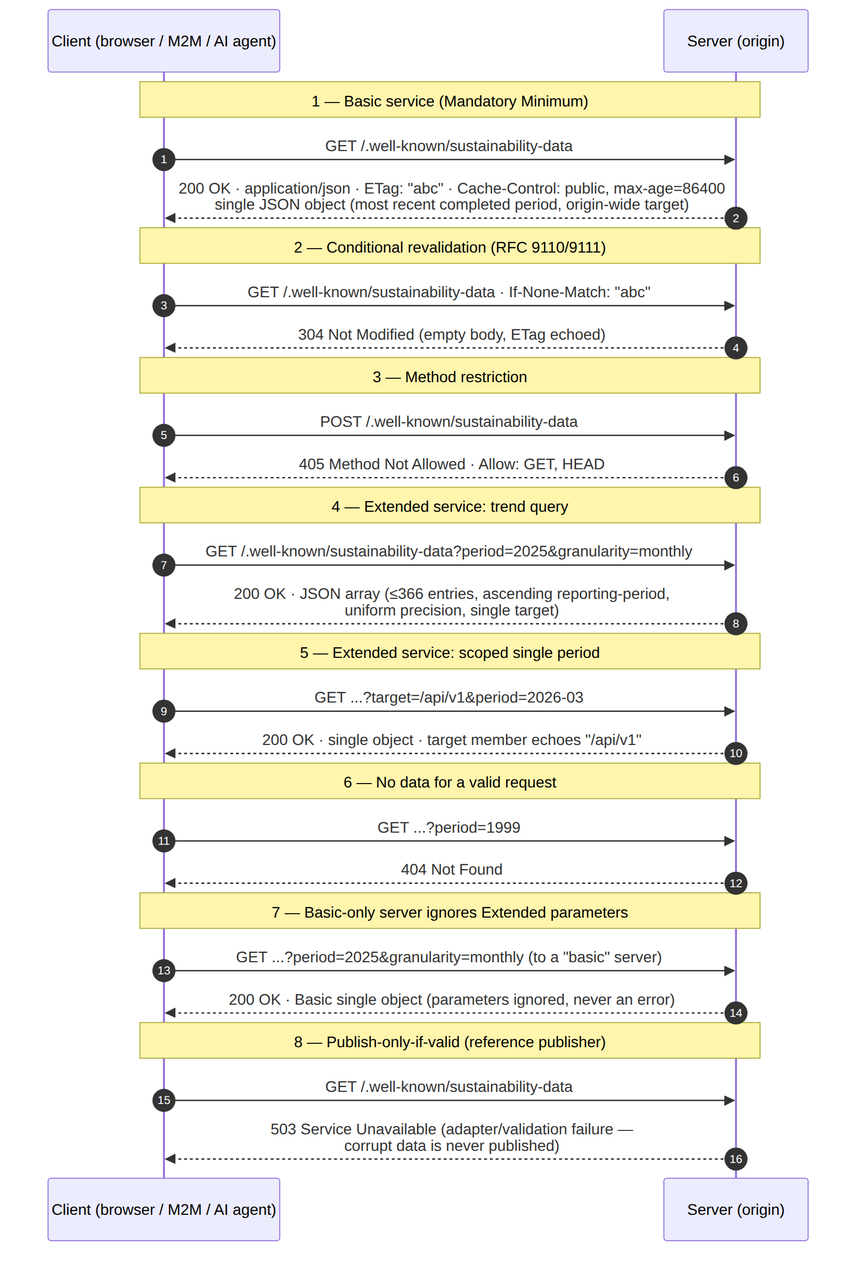
andreibesleaga/rfc-sustainability-wellknown keeps this Mermaid diagram as architecture/images/protocol-sequence.png. Above is the earlier version. Its source is kept beside it as architecture/diagrams/protocol-sequence.mmd.
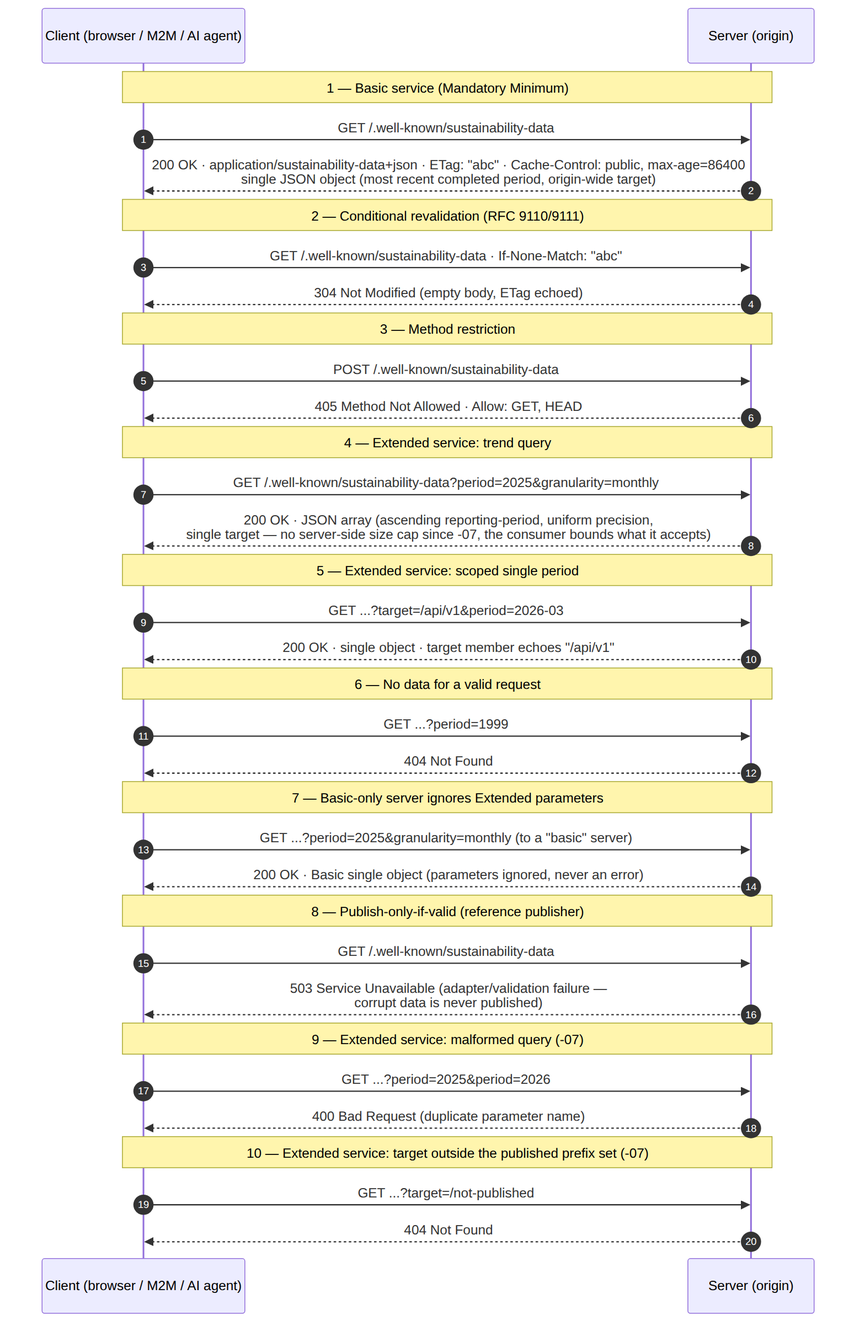
After the commit.

What changed in the source:
```diff
@@ -5,7 +5,7 @@
 
     Note over C,S: 1 — Basic service (Mandatory Minimum)
     C->>S: GET /.well-known/sustainability-data
-    S-->>C: 200 OK · application/json · ETag: "abc" · Cache-Control: public, max-age=86400<br/>single JSON object (most recent completed period, origin-wide target)
+    S-->>C: 200 OK · application/sustainability-data+json · ETag: "abc" · Cache-Control: public, max-age=86400<br/>single JSON object (most recent completed period, origin-wide target)
 
     Note over C,S: 2 — Conditional revalidation (RFC 9110/9111)
     C->>S: GET /.well-known/sustainability-data · If-None-Match: "abc"
@@ -17,7 +17,7 @@
 
     Note over C,S: 4 — Extended service: trend query
     C->>S: GET /.well-known/sustainability-data?period=2025&granularity=monthly
-    S-->>C: 200 OK · JSON array (≤366 entries, ascending reporting-period,<br/>uniform precision, single target)
+    S-->>C: 200 OK · JSON array (ascending reporting-period, uniform precision,<br/>single target — no server-side size cap since -07, the consumer bounds what it accepts)
 
     Note over C,S: 5 — Extended service: scoped single period
     C->>S: GET ...?target=/api/v1&period=2026-03
@@ -34,3 +34,11 @@
     Note over C,S: 8 — Publish-only-if-valid (reference publisher)
     C->>S: GET /.well-known/sustainability-data
     S-->>C: 503 Service Unavailable (adapter/validation failure —<br/>corrupt data is never published)
+
+    Note over C,S: 9 — Extended service: malformed query (-07)
+    C->>S: GET ...?period=2025&period=2026
+    S-->>C: 400 Bad Request (duplicate parameter name)
+
+    Note over C,S: 10 — Extended service: target outside the published prefix set (-07)
+    C->>S: GET ...?target=/not-published
+    S-->>C: 404 Not Found
```
